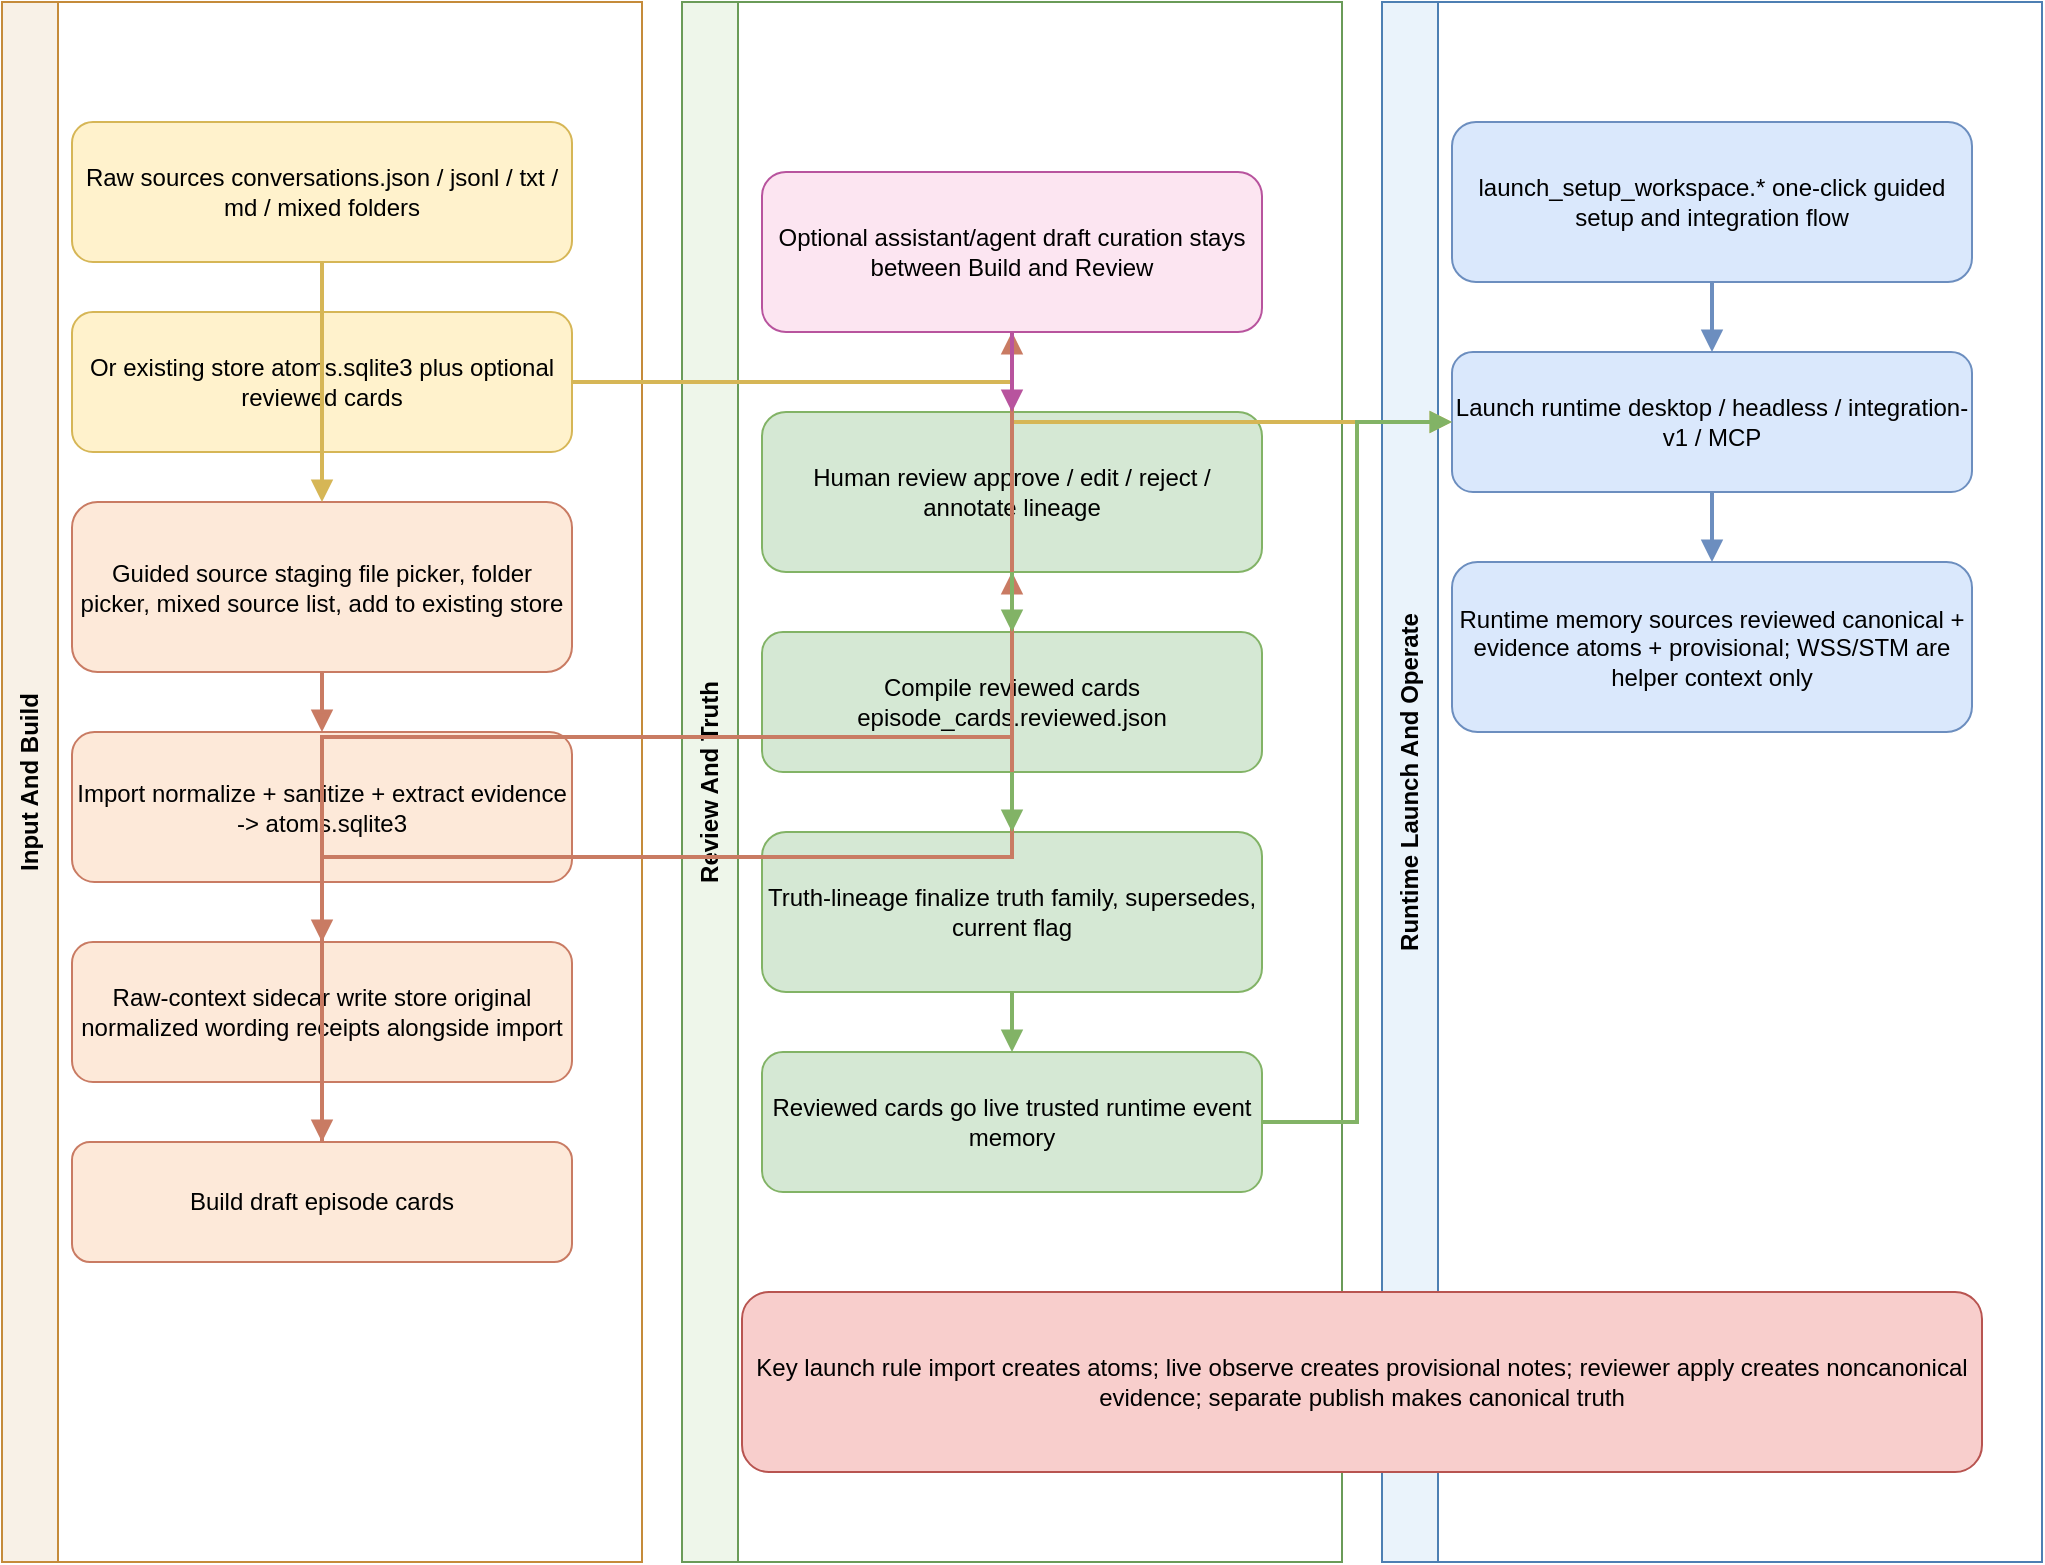
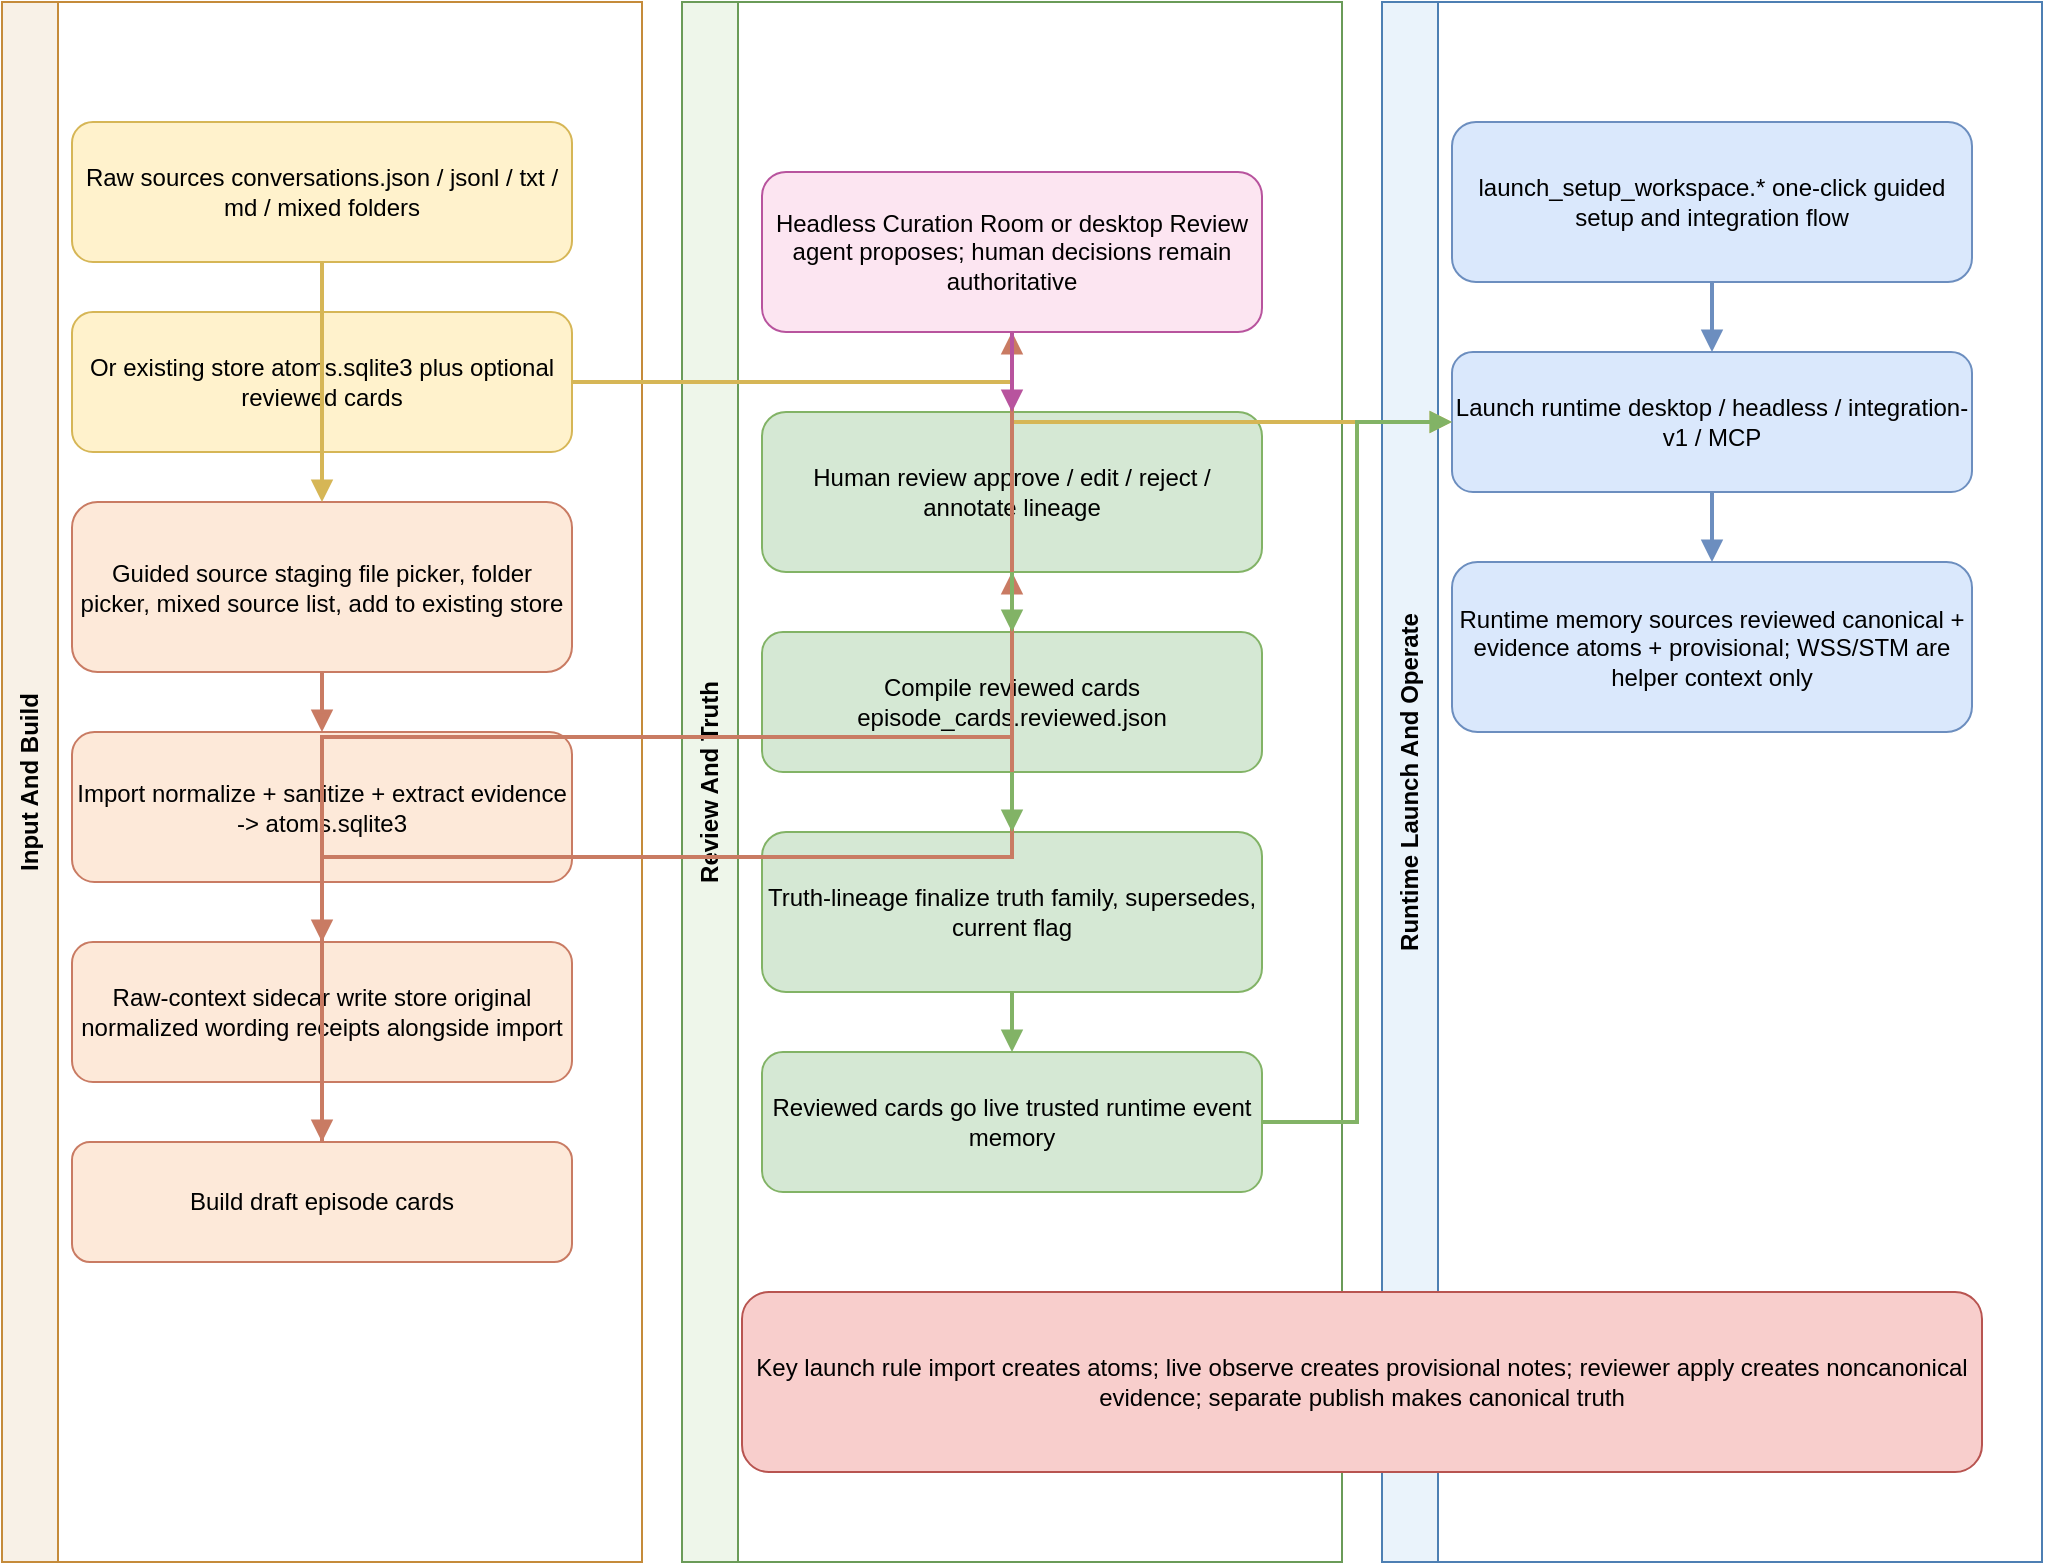
<mxfile host="app.diagrams.net" modified="2026-04-12T23:30:00.000Z" agent="Codex" version="24.7.17">
  <diagram id="launch-pipeline-engineering" name="Engineering Pipeline">
    <mxGraphModel dx="1650" dy="1050" grid="1" gridSize="10" guides="1" tooltips="1" connect="1" arrows="1" fold="1" page="1" pageScale="1" pageWidth="1600" pageHeight="980" math="0" shadow="0">
      <root>
        <mxCell id="0" />
        <mxCell id="1" parent="0" />
        <mxCell id="lane1" value="Input And Build" style="swimlane;whiteSpace=wrap;html=1;rounded=0;horizontal=0;startSize=28;fontStyle=1;fillColor=#f8f1e7;strokeColor=#c58b3a;" vertex="1" parent="1">
          <mxGeometry x="20" y="20" width="320" height="780" as="geometry" />
        </mxCell>
        <mxCell id="lane2" value="Review And Truth" style="swimlane;whiteSpace=wrap;html=1;rounded=0;horizontal=0;startSize=28;fontStyle=1;fillColor=#eef6ea;strokeColor=#6a9b58;" vertex="1" parent="1">
          <mxGeometry x="360" y="20" width="330" height="780" as="geometry" />
        </mxCell>
        <mxCell id="lane3" value="Runtime Launch And Operate" style="swimlane;whiteSpace=wrap;html=1;rounded=0;horizontal=0;startSize=28;fontStyle=1;fillColor=#eaf3fb;strokeColor=#4d7fb3;" vertex="1" parent="1">
          <mxGeometry x="710" y="20" width="330" height="780" as="geometry" />
        </mxCell>
        <mxCell id="l1" value="Raw sources&amp;#10;conversations.json / jsonl / txt / md / mixed folders" style="rounded=1;whiteSpace=wrap;html=1;fillColor=#fff2cc;strokeColor=#d6b656;" vertex="1" parent="1">
          <mxGeometry x="55" y="80" width="250" height="70" as="geometry" />
        </mxCell>
        <mxCell id="l2" value="Or existing store&amp;#10;atoms.sqlite3 plus optional reviewed cards" style="rounded=1;whiteSpace=wrap;html=1;fillColor=#fff2cc;strokeColor=#d6b656;" vertex="1" parent="1">
          <mxGeometry x="55" y="175" width="250" height="70" as="geometry" />
        </mxCell>
        <mxCell id="l3" value="Guided source staging&amp;#10;file picker, folder picker, mixed source list, add to existing store" style="rounded=1;whiteSpace=wrap;html=1;fillColor=#fde9d9;strokeColor=#c97b63;" vertex="1" parent="1">
          <mxGeometry x="55" y="270" width="250" height="85" as="geometry" />
        </mxCell>
        <mxCell id="l4" value="Import&amp;#10;normalize + sanitize + extract evidence -&amp;gt; atoms.sqlite3" style="rounded=1;whiteSpace=wrap;html=1;fillColor=#fde9d9;strokeColor=#c97b63;" vertex="1" parent="1">
          <mxGeometry x="55" y="385" width="250" height="75" as="geometry" />
        </mxCell>
        <mxCell id="l5" value="Raw-context sidecar write&amp;#10;store original normalized wording receipts alongside import" style="rounded=1;whiteSpace=wrap;html=1;fillColor=#fde9d9;strokeColor=#c97b63;" vertex="1" parent="1">
          <mxGeometry x="55" y="490" width="250" height="70" as="geometry" />
        </mxCell>
        <mxCell id="l6" value="Build draft episode cards" style="rounded=1;whiteSpace=wrap;html=1;fillColor=#fde9d9;strokeColor=#c97b63;" vertex="1" parent="1">
          <mxGeometry x="55" y="590" width="250" height="60" as="geometry" />
        </mxCell>
-         <mxCell id="l7" value="Optional assistant/agent draft curation&amp;#10;stays between Build and Review" style="rounded=1;whiteSpace=wrap;html=1;fillColor=#fce5f1;strokeColor=#b8549e;" vertex="1" parent="1">
+         <mxCell id="l7" value="Headless Curation Room or desktop Review&amp;#10;agent proposes; human decisions remain authoritative" style="rounded=1;whiteSpace=wrap;html=1;fillColor=#fce5f1;strokeColor=#b8549e;" vertex="1" parent="1">
          <mxGeometry x="400" y="105" width="250" height="80" as="geometry" />
        </mxCell>
        <mxCell id="l8" value="Human review&amp;#10;approve / edit / reject / annotate lineage" style="rounded=1;whiteSpace=wrap;html=1;fillColor=#d5e8d4;strokeColor=#82b366;" vertex="1" parent="1">
          <mxGeometry x="400" y="225" width="250" height="80" as="geometry" />
        </mxCell>
        <mxCell id="l9" value="Compile reviewed cards&amp;#10;episode_cards.reviewed.json" style="rounded=1;whiteSpace=wrap;html=1;fillColor=#d5e8d4;strokeColor=#82b366;" vertex="1" parent="1">
          <mxGeometry x="400" y="335" width="250" height="70" as="geometry" />
        </mxCell>
        <mxCell id="l10" value="Truth-lineage finalize&amp;#10;truth family, supersedes, current flag" style="rounded=1;whiteSpace=wrap;html=1;fillColor=#d5e8d4;strokeColor=#82b366;" vertex="1" parent="1">
          <mxGeometry x="400" y="435" width="250" height="80" as="geometry" />
        </mxCell>
        <mxCell id="l11" value="Reviewed cards go live&amp;#10;trusted runtime event memory" style="rounded=1;whiteSpace=wrap;html=1;fillColor=#d5e8d4;strokeColor=#82b366;" vertex="1" parent="1">
          <mxGeometry x="400" y="545" width="250" height="70" as="geometry" />
        </mxCell>
        <mxCell id="l12" value="launch_setup_workspace.*&amp;#10;one-click guided setup and integration flow" style="rounded=1;whiteSpace=wrap;html=1;fillColor=#dae8fc;strokeColor=#6c8ebf;" vertex="1" parent="1">
          <mxGeometry x="745" y="80" width="260" height="80" as="geometry" />
        </mxCell>
        <mxCell id="l13" value="Launch runtime&amp;#10;desktop / headless / integration-v1 / MCP" style="rounded=1;whiteSpace=wrap;html=1;fillColor=#dae8fc;strokeColor=#6c8ebf;" vertex="1" parent="1">
          <mxGeometry x="745" y="195" width="260" height="70" as="geometry" />
        </mxCell>
        <mxCell id="l14" value="Runtime memory sources&amp;#10;reviewed canonical + evidence atoms + provisional; WSS/STM are helper context only" style="rounded=1;whiteSpace=wrap;html=1;fillColor=#dae8fc;strokeColor=#6c8ebf;" vertex="1" parent="1">
          <mxGeometry x="745" y="300" width="260" height="85" as="geometry" />
        </mxCell>
        <mxCell id="l15" value="Key launch rule&amp;#10;import creates atoms; live observe creates provisional notes; reviewer apply creates noncanonical evidence; separate publish makes canonical truth" style="rounded=1;whiteSpace=wrap;html=1;fillColor=#f8cecc;strokeColor=#b85450;" vertex="1" parent="1">
          <mxGeometry x="390" y="665" width="620" height="90" as="geometry" />
        </mxCell>
        <mxCell id="e2" edge="1" parent="1" source="l1" target="l3" style="edgeStyle=orthogonalEdgeStyle;orthogonalLoop=1;jettySize=auto;jumpStyle=arc;jumpSize=6;endArrow=block;endFill=1;html=1;rounded=0;strokeWidth=2;strokeColor=#d6b656;entryX=0.5;entryY=0;entryPerimeter=1;exitX=0.5;exitY=1;exitPerimeter=1;">
          <mxGeometry relative="1" as="geometry" />
        </mxCell>
        <mxCell id="e3" edge="1" parent="1" source="l2" target="l13" style="edgeStyle=orthogonalEdgeStyle;orthogonalLoop=1;jettySize=auto;jumpStyle=arc;jumpSize=6;endArrow=block;endFill=1;html=1;rounded=0;strokeWidth=2;strokeColor=#d6b656;entryX=0;entryY=0.5;entryPerimeter=1;exitX=1;exitY=0.5;exitPerimeter=1;">
          <mxGeometry relative="1" as="geometry" />
        </mxCell>
        <mxCell id="e4" edge="1" parent="1" source="l3" target="l4" style="edgeStyle=orthogonalEdgeStyle;orthogonalLoop=1;jettySize=auto;jumpStyle=arc;jumpSize=6;endArrow=block;endFill=1;html=1;rounded=0;strokeWidth=2;strokeColor=#c97b63;entryX=0.5;entryY=0;entryPerimeter=1;exitX=0.5;exitY=1;exitPerimeter=1;">
          <mxGeometry relative="1" as="geometry" />
        </mxCell>
        <mxCell id="e5" edge="1" parent="1" source="l4" target="l5" style="edgeStyle=orthogonalEdgeStyle;orthogonalLoop=1;jettySize=auto;jumpStyle=arc;jumpSize=6;endArrow=block;endFill=1;html=1;rounded=0;strokeWidth=2;strokeColor=#c97b63;entryX=0.5;entryY=0;entryPerimeter=1;exitX=0.5;exitY=1;exitPerimeter=1;">
          <mxGeometry relative="1" as="geometry" />
        </mxCell>
        <mxCell id="e6" edge="1" parent="1" source="l4" target="l6" style="edgeStyle=orthogonalEdgeStyle;orthogonalLoop=1;jettySize=auto;jumpStyle=arc;jumpSize=6;endArrow=block;endFill=1;html=1;rounded=0;strokeWidth=2;strokeColor=#c97b63;entryX=0.5;entryY=0;entryPerimeter=1;exitX=0.5;exitY=1;exitPerimeter=1;">
          <mxGeometry relative="1" as="geometry" />
        </mxCell>
        <mxCell id="e7" edge="1" parent="1" source="l6" target="l7" style="edgeStyle=orthogonalEdgeStyle;orthogonalLoop=1;jettySize=auto;jumpStyle=arc;jumpSize=6;endArrow=block;endFill=1;html=1;rounded=0;strokeWidth=2;strokeColor=#c97b63;entryX=0.5;entryY=1;entryPerimeter=1;exitX=0.5;exitY=0;exitPerimeter=1;">
          <mxGeometry relative="1" as="geometry" />
        </mxCell>
        <mxCell id="e8" edge="1" parent="1" source="l6" target="l8" style="edgeStyle=orthogonalEdgeStyle;orthogonalLoop=1;jettySize=auto;jumpStyle=arc;jumpSize=6;endArrow=block;endFill=1;html=1;rounded=0;strokeWidth=2;strokeColor=#c97b63;entryX=0.5;entryY=1;entryPerimeter=1;exitX=0.5;exitY=0;exitPerimeter=1;">
          <mxGeometry relative="1" as="geometry" />
        </mxCell>
        <mxCell id="e9" edge="1" parent="1" source="l7" target="l8" style="edgeStyle=orthogonalEdgeStyle;orthogonalLoop=1;jettySize=auto;jumpStyle=arc;jumpSize=6;endArrow=block;endFill=1;html=1;rounded=0;strokeWidth=2;strokeColor=#b8549e;entryX=0.5;entryY=0;entryPerimeter=1;exitX=0.5;exitY=1;exitPerimeter=1;">
          <mxGeometry relative="1" as="geometry" />
        </mxCell>
        <mxCell id="e10" edge="1" parent="1" source="l8" target="l9" style="edgeStyle=orthogonalEdgeStyle;orthogonalLoop=1;jettySize=auto;jumpStyle=arc;jumpSize=6;endArrow=block;endFill=1;html=1;rounded=0;strokeWidth=2;strokeColor=#82b366;entryX=0.5;entryY=0;entryPerimeter=1;exitX=0.5;exitY=1;exitPerimeter=1;">
          <mxGeometry relative="1" as="geometry" />
        </mxCell>
        <mxCell id="e11" edge="1" parent="1" source="l9" target="l10" style="edgeStyle=orthogonalEdgeStyle;orthogonalLoop=1;jettySize=auto;jumpStyle=arc;jumpSize=6;endArrow=block;endFill=1;html=1;rounded=0;strokeWidth=2;strokeColor=#82b366;entryX=0.5;entryY=0;entryPerimeter=1;exitX=0.5;exitY=1;exitPerimeter=1;">
          <mxGeometry relative="1" as="geometry" />
        </mxCell>
        <mxCell id="e12" edge="1" parent="1" source="l10" target="l11" style="edgeStyle=orthogonalEdgeStyle;orthogonalLoop=1;jettySize=auto;jumpStyle=arc;jumpSize=6;endArrow=block;endFill=1;html=1;rounded=0;strokeWidth=2;strokeColor=#82b366;entryX=0.5;entryY=0;entryPerimeter=1;exitX=0.5;exitY=1;exitPerimeter=1;">
          <mxGeometry relative="1" as="geometry" />
        </mxCell>
        <mxCell id="e13" edge="1" parent="1" source="l11" target="l13" style="edgeStyle=orthogonalEdgeStyle;orthogonalLoop=1;jettySize=auto;jumpStyle=arc;jumpSize=6;endArrow=block;endFill=1;html=1;rounded=0;strokeWidth=2;strokeColor=#82b366;entryX=0;entryY=0.5;entryPerimeter=1;exitX=1;exitY=0.5;exitPerimeter=1;">
          <mxGeometry relative="1" as="geometry" />
        </mxCell>
        <mxCell id="e14" edge="1" parent="1" source="l12" target="l13" style="edgeStyle=orthogonalEdgeStyle;orthogonalLoop=1;jettySize=auto;jumpStyle=arc;jumpSize=6;endArrow=block;endFill=1;html=1;rounded=0;strokeWidth=2;strokeColor=#6c8ebf;entryX=0.5;entryY=0;entryPerimeter=1;exitX=0.5;exitY=1;exitPerimeter=1;">
          <mxGeometry relative="1" as="geometry" />
        </mxCell>
        <mxCell id="e15" edge="1" parent="1" source="l13" target="l14" style="edgeStyle=orthogonalEdgeStyle;orthogonalLoop=1;jettySize=auto;jumpStyle=arc;jumpSize=6;endArrow=block;endFill=1;html=1;rounded=0;strokeWidth=2;strokeColor=#6c8ebf;entryX=0.5;entryY=0;entryPerimeter=1;exitX=0.5;exitY=1;exitPerimeter=1;">
          <mxGeometry relative="1" as="geometry" />
        </mxCell>
      </root>
    </mxGraphModel>
  </diagram>
  <diagram id="launch-pipeline-caveman" name="Caveman Pipeline">
    <mxGraphModel dx="1450" dy="900" grid="1" gridSize="10" guides="1" tooltips="1" connect="1" arrows="1" fold="1" page="1" pageScale="1" pageWidth="1450" pageHeight="900" math="0" shadow="0">
      <root>
        <mxCell id="0" />
        <mxCell id="1" parent="0" />
        <mxCell id="q1" value="1. Click the starter file or open the app." style="rounded=1;whiteSpace=wrap;html=1;fillColor=#fff2cc;strokeColor=#d6b656;" vertex="1" parent="1">
          <mxGeometry x="60" y="90" width="240" height="70" as="geometry" />
        </mxCell>
        <mxCell id="q2" value="2. Pick files, folders, or an existing store.&amp;#10;You can mix folders and single files." style="rounded=1;whiteSpace=wrap;html=1;fillColor=#fff2cc;strokeColor=#d6b656;" vertex="1" parent="1">
          <mxGeometry x="360" y="90" width="280" height="90" as="geometry" />
        </mxCell>
        <mxCell id="q3" value="3. MNO cleans the pile and makes atoms.&amp;#10;Atoms = small evidence pieces." style="rounded=1;whiteSpace=wrap;html=1;fillColor=#fde9d9;strokeColor=#c97b63;" vertex="1" parent="1">
          <mxGeometry x="700" y="90" width="260" height="90" as="geometry" />
        </mxCell>
        <mxCell id="q4" value="4. MNO also keeps a wording receipt for quote checks." style="rounded=1;whiteSpace=wrap;html=1;fillColor=#fde9d9;strokeColor=#c97b63;" vertex="1" parent="1">
          <mxGeometry x="1020" y="90" width="260" height="80" as="geometry" />
        </mxCell>
        <mxCell id="q5" value="5. MNO builds rough story cards.&amp;#10;Rough = draft, not trusted yet." style="rounded=1;whiteSpace=wrap;html=1;fillColor=#fde9d9;strokeColor=#c97b63;" vertex="1" parent="1">
          <mxGeometry x="160" y="280" width="270" height="90" as="geometry" />
        </mxCell>
        <mxCell id="q6" value="6. Assistant/agent can help clean the draft, but it stays draft-only." style="rounded=1;whiteSpace=wrap;html=1;fillColor=#fce5f1;strokeColor=#b8549e;" vertex="1" parent="1">
          <mxGeometry x="500" y="280" width="310" height="90" as="geometry" />
        </mxCell>
        <mxCell id="q7" value="7. Human decides what becomes trusted memory." style="rounded=1;whiteSpace=wrap;html=1;fillColor=#d5e8d4;strokeColor=#82b366;" vertex="1" parent="1">
          <mxGeometry x="880" y="280" width="280" height="80" as="geometry" />
        </mxCell>
        <mxCell id="q8" value="8. Corrected reviewed cards stay linked so old vs current truth is clearer." style="rounded=1;whiteSpace=wrap;html=1;fillColor=#d5e8d4;strokeColor=#82b366;" vertex="1" parent="1">
          <mxGeometry x="260" y="470" width="360" height="90" as="geometry" />
        </mxCell>
        <mxCell id="q9" value="9. Reviewed memory goes live in the runtime." style="rounded=1;whiteSpace=wrap;html=1;fillColor=#dae8fc;strokeColor=#6c8ebf;" vertex="1" parent="1">
          <mxGeometry x="700" y="470" width="280" height="80" as="geometry" />
        </mxCell>
        <mxCell id="q10" value="Words to know&amp;#10;MCP = Model Context Protocol&amp;#10;ANN = approximate nearest neighbor&amp;#10;WSS = work-session scratchpad" style="rounded=1;whiteSpace=wrap;html=1;fillColor=#e1d5e7;strokeColor=#9673a6;" vertex="1" parent="1">
          <mxGeometry x="480" y="640" width="320" height="90" as="geometry" />
        </mxCell>
        <mxCell id="e2" edge="1" parent="1" source="q1" target="q2" style="edgeStyle=orthogonalEdgeStyle;orthogonalLoop=1;jettySize=auto;jumpStyle=arc;jumpSize=6;endArrow=block;endFill=1;html=1;rounded=0;strokeWidth=2;strokeColor=#d6b656;entryX=0;entryY=0.5;entryPerimeter=1;exitX=1;exitY=0.5;exitPerimeter=1;">
          <mxGeometry relative="1" as="geometry" />
        </mxCell>
        <mxCell id="e3" edge="1" parent="1" source="q2" target="q3" style="edgeStyle=orthogonalEdgeStyle;orthogonalLoop=1;jettySize=auto;jumpStyle=arc;jumpSize=6;endArrow=block;endFill=1;html=1;rounded=0;strokeWidth=2;strokeColor=#d6b656;entryX=0;entryY=0.5;entryPerimeter=1;exitX=1;exitY=0.5;exitPerimeter=1;">
          <mxGeometry relative="1" as="geometry" />
        </mxCell>
        <mxCell id="e4" edge="1" parent="1" source="q3" target="q4" style="edgeStyle=orthogonalEdgeStyle;orthogonalLoop=1;jettySize=auto;jumpStyle=arc;jumpSize=6;endArrow=block;endFill=1;html=1;rounded=0;strokeWidth=2;strokeColor=#c97b63;entryX=0;entryY=0.5;entryPerimeter=1;exitX=1;exitY=0.5;exitPerimeter=1;">
          <mxGeometry relative="1" as="geometry" />
        </mxCell>
        <mxCell id="e5" edge="1" parent="1" source="q3" target="q5" style="edgeStyle=orthogonalEdgeStyle;orthogonalLoop=1;jettySize=auto;jumpStyle=arc;jumpSize=6;endArrow=block;endFill=1;html=1;rounded=0;strokeWidth=2;strokeColor=#c97b63;entryX=1;entryY=0.5;entryPerimeter=1;exitX=0;exitY=0.5;exitPerimeter=1;">
          <mxGeometry relative="1" as="geometry" />
        </mxCell>
        <mxCell id="e6" edge="1" parent="1" source="q5" target="q6" style="edgeStyle=orthogonalEdgeStyle;orthogonalLoop=1;jettySize=auto;jumpStyle=arc;jumpSize=6;endArrow=block;endFill=1;html=1;rounded=0;strokeWidth=2;strokeColor=#c97b63;entryX=0;entryY=0.5;entryPerimeter=1;exitX=1;exitY=0.5;exitPerimeter=1;">
          <mxGeometry relative="1" as="geometry" />
        </mxCell>
        <mxCell id="e7" edge="1" parent="1" source="q6" target="q7" style="edgeStyle=orthogonalEdgeStyle;orthogonalLoop=1;jettySize=auto;jumpStyle=arc;jumpSize=6;endArrow=block;endFill=1;html=1;rounded=0;strokeWidth=2;strokeColor=#b8549e;entryX=0;entryY=0.5;entryPerimeter=1;exitX=1;exitY=0.5;exitPerimeter=1;">
          <mxGeometry relative="1" as="geometry" />
        </mxCell>
        <mxCell id="e8" edge="1" parent="1" source="q7" target="q8" style="edgeStyle=orthogonalEdgeStyle;orthogonalLoop=1;jettySize=auto;jumpStyle=arc;jumpSize=6;endArrow=block;endFill=1;html=1;rounded=0;strokeWidth=2;strokeColor=#82b366;entryX=1;entryY=0.5;entryPerimeter=1;exitX=0;exitY=0.5;exitPerimeter=1;">
          <mxGeometry relative="1" as="geometry" />
        </mxCell>
        <mxCell id="e9" edge="1" parent="1" source="q8" target="q9" style="edgeStyle=orthogonalEdgeStyle;orthogonalLoop=1;jettySize=auto;jumpStyle=arc;jumpSize=6;endArrow=block;endFill=1;html=1;rounded=0;strokeWidth=2;strokeColor=#82b366;entryX=0;entryY=0.5;entryPerimeter=1;exitX=1;exitY=0.5;exitPerimeter=1;">
          <mxGeometry relative="1" as="geometry" />
        </mxCell>
      </root>
    </mxGraphModel>
  </diagram>
</mxfile>
